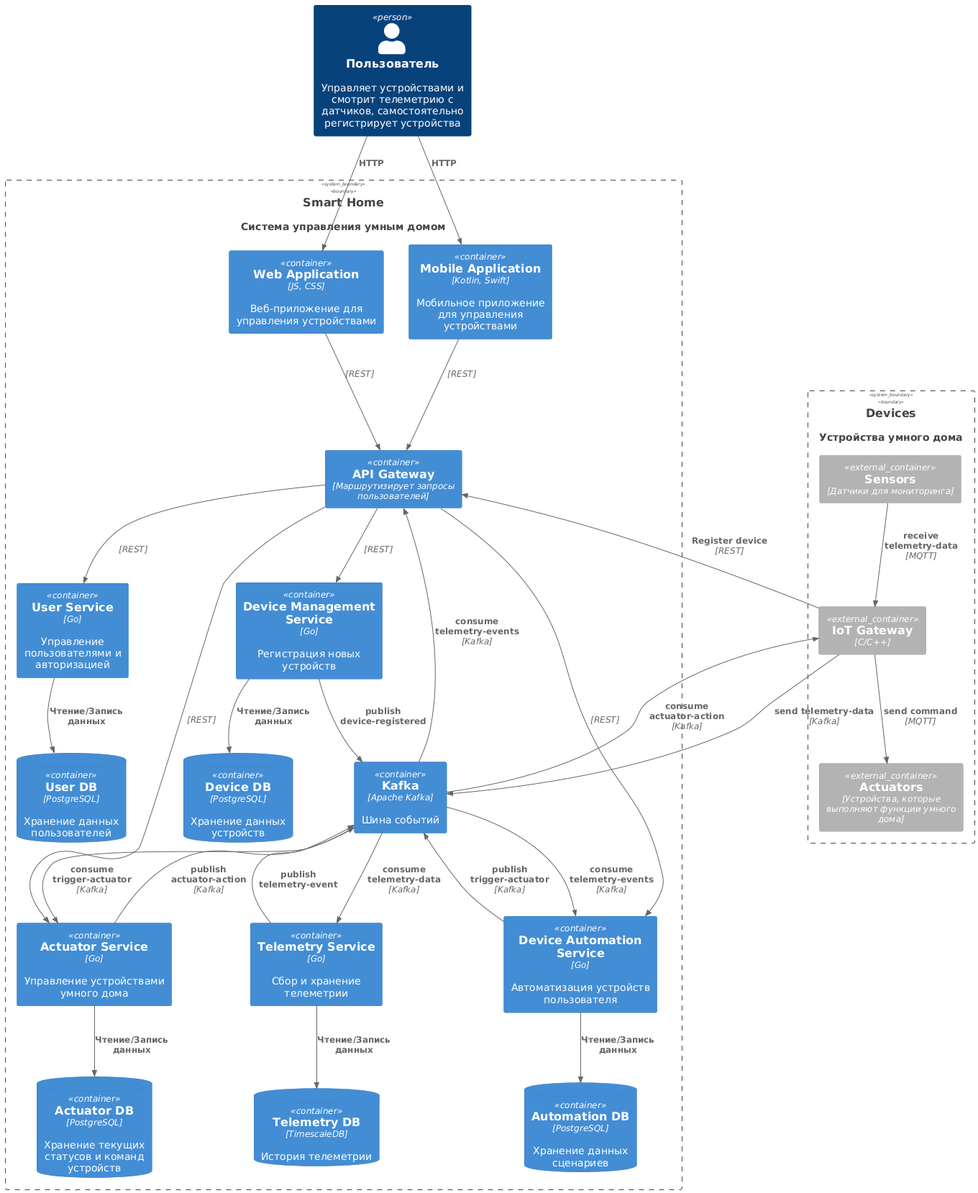
The PlantUML diagram diagrams/container.png in Irbiss555/sprint_3, before a commit.
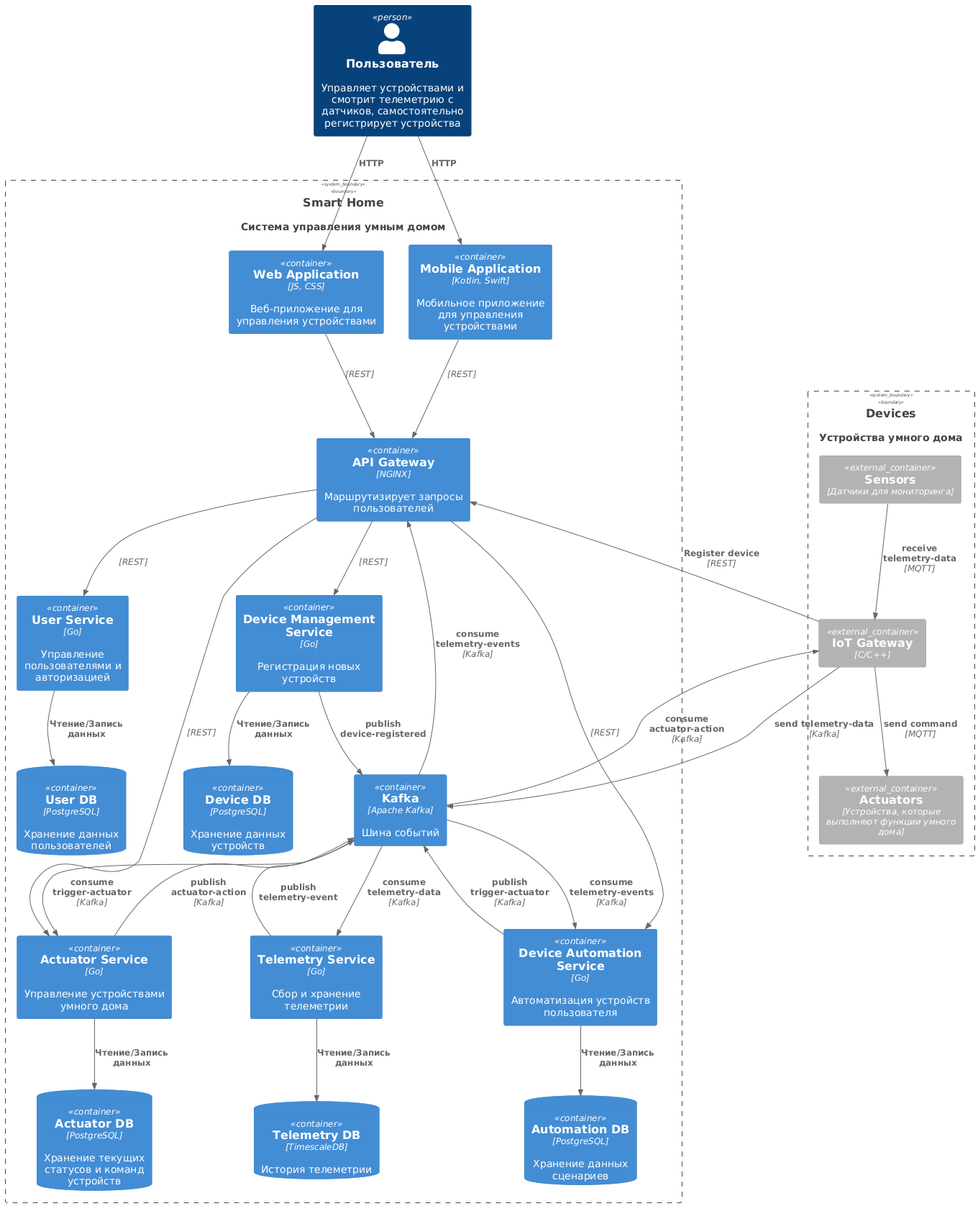
Later version of the same file.

Commit message:
update ER diagram to include UserDevice entity and relationships; update container diagram to specify API Gateway technology

Change to the diagram source:
```diff
@@ -15,7 +15,7 @@
   Container(web_app, "Web Application", "JS, CSS", "Веб-приложение для управления устройствами")
   Container(mobile_app, "Mobile Application", "Kotlin, Swift", "Мобильное приложение для управления устройствами")
 
-  Container(api_gateway, "API Gateway", "Маршрутизирует запросы пользователей")
+  Container(api_gateway, "API Gateway", "NGINX", "Маршрутизирует запросы пользователей")
   Container(user_service, "User Service", "Go", "Управление пользователями и авторизацией")
   Container(device_service, "Device Management Service", "Go", "Регистрация новых устройств")
   Container(actuator_service, "Actuator Service", "Go", "Управление устройствами умного дома")
```
